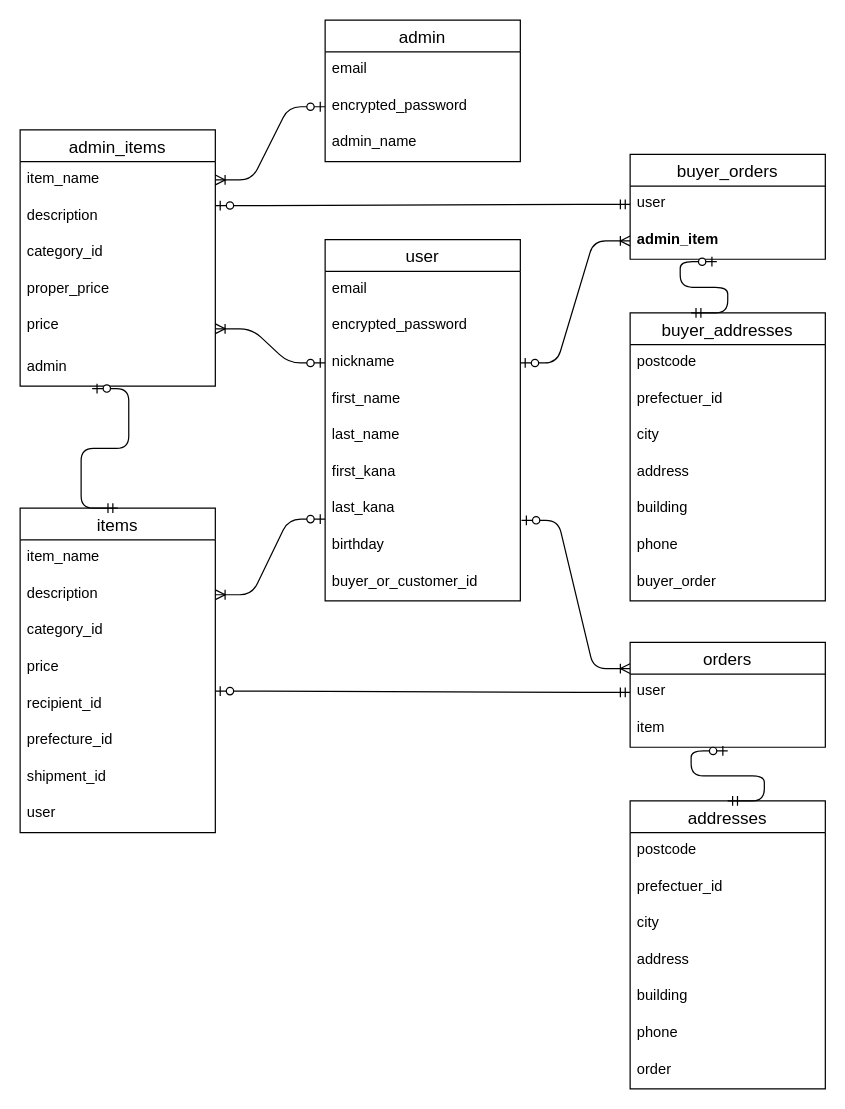
The draw.io diagram page "ページ1" (1 of 2) of ER.dio in datiko1115/baton_app5, before the edit. Source tidied: cells renumbered, new cells numbered last; positions are measured from the earlier drawing's top-left corner, leaving out a move shared by most shapes. Both pictures are drawn from the tidied source at 122%, with x=0, y=0 at pixel (20, 20).
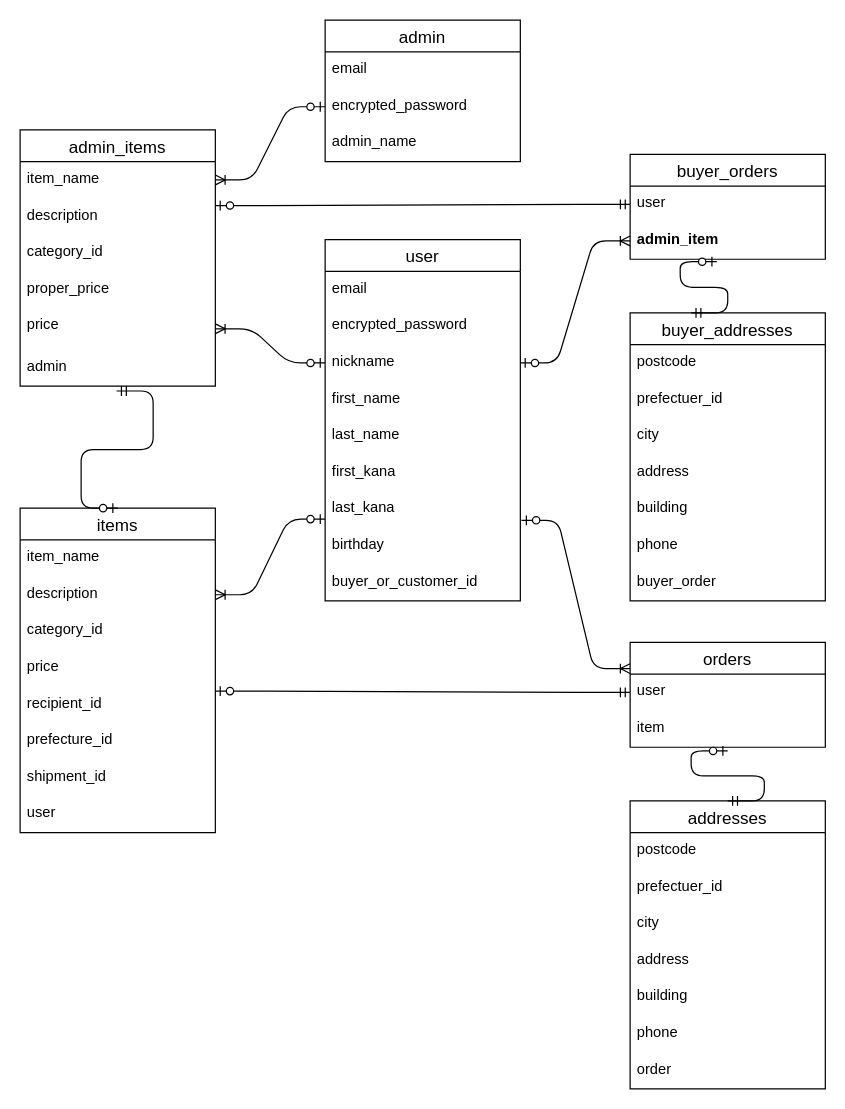
The same page after the edit.

The change refers to these unchanged cells:
```xml
<mxCell id="18" value="admin" style="text;strokeColor=none;fillColor=none;spacingLeft=4;spacingRight=4;overflow=hidden;points=[[0,0.5],[1,0.5]];portConstraint=eastwest;fontSize=12;rounded=0;" parent="12" vertex="1">
  <mxGeometry y="180" width="160" height="30" as="geometry" />
</mxCell>
<mxCell id="32" value="items" style="swimlane;fontStyle=0;horizontal=1;startSize=26;align=center;fontSize=14;rounded=0;" parent="1" vertex="1">
  <mxGeometry y="400" width="160" height="266" as="geometry" />
</mxCell>
```

Change to the diagram source:
```diff
@@
-    <mxCell id="60" style="edgeStyle=entityRelationEdgeStyle;fontSize=12;html=1;endArrow=ERzeroToOne;startArrow=ERmandOne;exitX=0.5;exitY=0;exitDx=0;exitDy=0;entryX=0.369;entryY=1.067;entryDx=0;entryDy=0;entryPerimeter=0;" parent="1" edge="1" source="32" target="18">
+    <mxCell id="60" style="edgeStyle=entityRelationEdgeStyle;fontSize=12;html=1;endArrow=ERzeroToOne;startArrow=ERmandOne;exitX=0.494;exitY=1.133;exitDx=0;exitDy=0;exitPerimeter=0;entryX=0.5;entryY=0;entryDx=0;entryDy=0;" parent="1" edge="1" source="18" target="32">
       <mxGeometry relative="1" as="geometry" />
     </mxCell>
```
